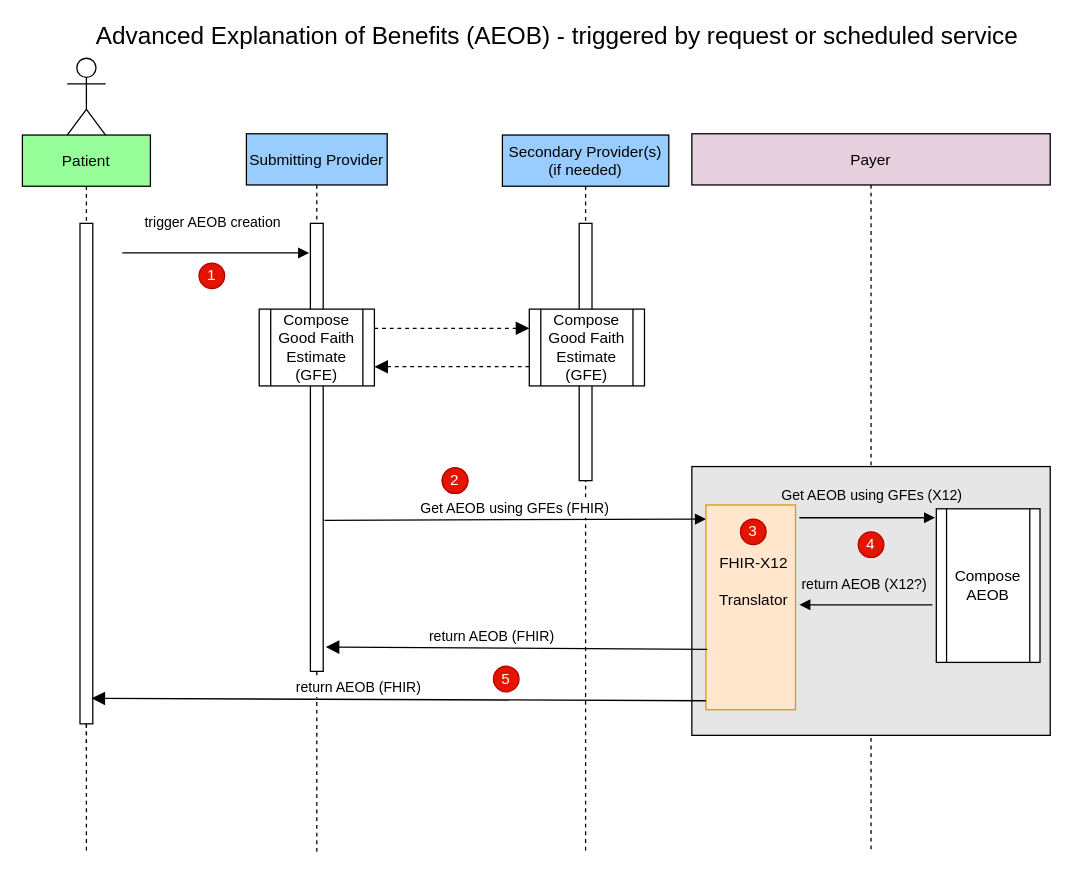
HL7/davinci-pct keeps this draw.io diagram as input/images/AEOB-interaction.drawio. Above is the earlier version. Source tidied: cells renumbered, new cells numbered last; positions are measured from the earlier drawing's top-left corner, leaving out a move shared by most shapes. Both pictures are drawn from the tidied source at 128%, with x=0, y=0 at pixel (22, 23).
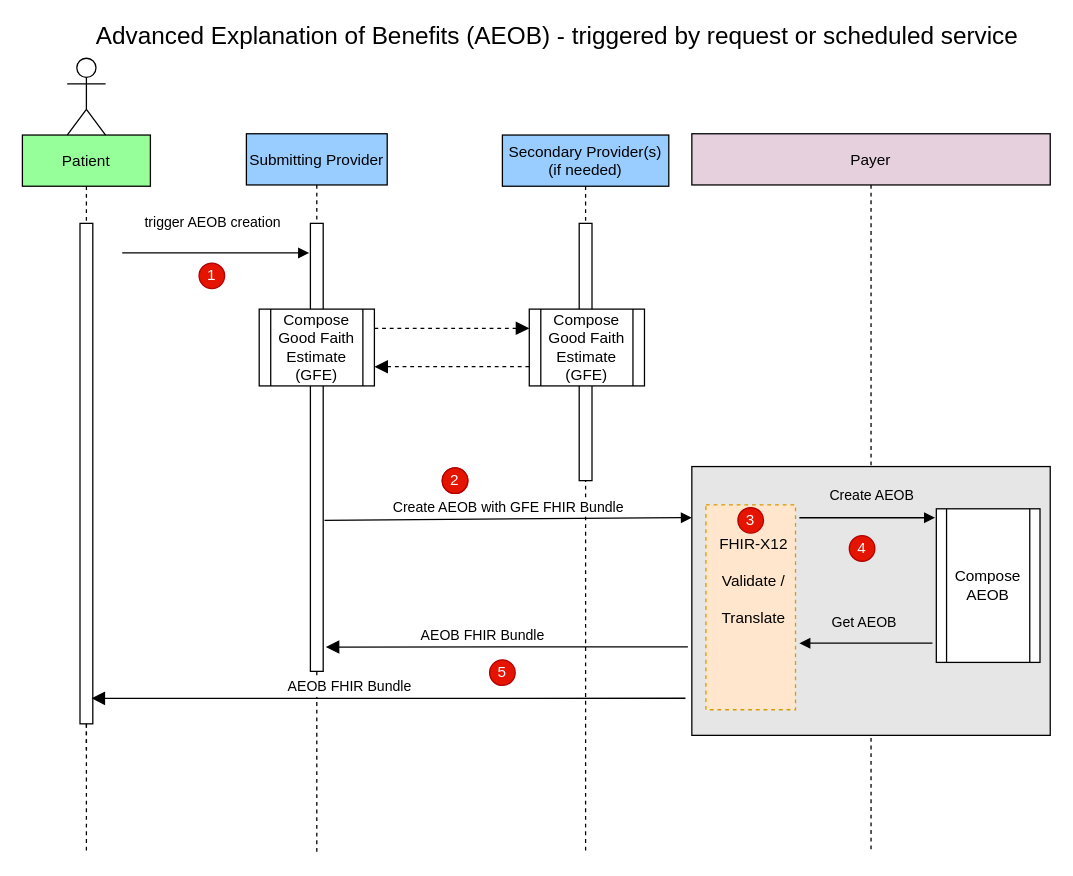
The same page after the edit.

Commit message (it also covers changes not shown here):
Clean-up drawing

Unchanged cells that the change refers to:
```xml
<mxCell id="6" value="Payer" style="shape=umlLifeline;perimeter=lifelinePerimeter;rounded=0;shadow=0;strokeWidth=1;fillColor=#E6D0DE;glass=0;sketch=0;" parent="1" vertex="1">
  <mxGeometry x="523" y="86" width="280" height="561" as="geometry" />
</mxCell>
<mxCell id="7" style="points=[];perimeter=orthogonalPerimeter;rounded=0;shadow=0;strokeWidth=1;fillColor=#E6E6E6;" parent="6" vertex="1">
  <mxGeometry y="260" width="280" height="210" as="geometry" />
</mxCell>
```

What changed in the source:
```diff
@@
+    <mxCell id="20" style="group;" parent="6" vertex="1">
+      <mxGeometry x="13" y="289" width="70" height="160" as="geometry" />
+    </mxCell>
+    <mxCell id="21" style="rounded=0;whiteSpace=wrap;html=1;fillColor=#ffe6cc;strokeColor=#d79b00;dashed=1;" parent="20" vertex="1">
+      <mxGeometry x="-2" y="1" width="70" height="160" as="geometry" />
+    </mxCell>
+    <mxCell id="22" value="&lt;font style=&quot;font-size: 12px ; font-weight: normal&quot;&gt;FHIR-X12&lt;br&gt;Validate / &lt;br&gt;Translate&lt;/font&gt;" style="text;strokeColor=none;fillColor=none;html=1;fontSize=24;fontStyle=1;verticalAlign=middle;align=center;" parent="20" vertex="1">
+      <mxGeometry y="30.3" width="70" height="53.3" as="geometry" />
+    </mxCell>
+    <mxCell id="23" value="3" style="ellipse;whiteSpace=wrap;html=1;fillColor=#e51400;strokeColor=#B20000;fontColor=#ffffff;" parent="20" vertex="1">
+      <mxGeometry x="23" y="3" width="20" height="20" as="geometry" />
+    </mxCell>
@@
-    <mxCell id="10" value="Get AEOB using GFEs (FHIR)" style="verticalAlign=bottom;endArrow=block;shadow=0;strokeWidth=1;entryX=0;entryY=0.069;entryDx=0;entryDy=0;entryPerimeter=0;" parent="1" edge="1" target="21">
+    <mxCell id="10" value="Create AEOB with GFE FHIR Bundle" style="verticalAlign=bottom;endArrow=block;shadow=0;strokeWidth=1;entryX=0;entryY=0.19;entryDx=0;entryDy=0;entryPerimeter=0;" parent="1" edge="1" target="7">
       <mxGeometry relative="1" as="geometry">
         <mxPoint x="236" y="388" as="sourcePoint" />
       </mxGeometry>
     </mxCell>
@@
-    <mxCell id="19" value="Get AEOB using GFEs (X12)" style="verticalAlign=bottom;endArrow=block;shadow=0;strokeWidth=1;labelBackgroundColor=none;entryX=0;entryY=0.058;entryDx=0;entryDy=0;entryPerimeter=0;" parent="1" edge="1">
+    <mxCell id="19" value="Create AEOB" style="verticalAlign=bottom;endArrow=block;shadow=0;strokeWidth=1;labelBackgroundColor=none;entryX=0;entryY=0.058;entryDx=0;entryDy=0;entryPerimeter=0;" parent="1" edge="1">
       <mxGeometry x="0.08" y="8" relative="1" as="geometry">
         <mxPoint x="607" y="386" as="sourcePoint" />
         <mxPoint x="713" y="386" as="targetPoint" />
       </mxGeometry>
     </mxCell>
-    <mxCell id="20" style="group;" parent="1" vertex="1">
-      <mxGeometry x="536" y="376" width="70" height="160" as="geometry" />
-    </mxCell>
-    <mxCell id="21" style="rounded=0;whiteSpace=wrap;html=1;fillColor=#ffe6cc;strokeColor=#d79b00;" parent="20" vertex="1">
-      <mxGeometry x="-2" width="70" height="160" as="geometry" />
-    </mxCell>
-    <mxCell id="22" value="&lt;font style=&quot;font-size: 12px ; font-weight: normal&quot;&gt;FHIR-X12&lt;br&gt;Translator&lt;/font&gt;" style="text;strokeColor=none;fillColor=none;html=1;fontSize=24;fontStyle=1;verticalAlign=middle;align=center;" parent="20" vertex="1">
-      <mxGeometry y="29.3" width="70" height="53.3" as="geometry" />
-    </mxCell>
-    <mxCell id="23" value="3" style="ellipse;whiteSpace=wrap;html=1;fillColor=#e51400;strokeColor=#B20000;fontColor=#ffffff;" parent="20" vertex="1">
-      <mxGeometry x="25" y="11" width="20" height="20" as="geometry" />
-    </mxCell>
-    <mxCell id="24" value="return AEOB (X12?)" style="verticalAlign=bottom;endArrow=block;shadow=0;strokeWidth=1;labelBackgroundColor=none;" parent="1" edge="1">
+    <mxCell id="24" value="Get AEOB" style="verticalAlign=bottom;endArrow=block;shadow=0;strokeWidth=1;labelBackgroundColor=none;" parent="1" edge="1">
       <mxGeometry x="0.02" y="-7" relative="1" as="geometry">
-        <mxPoint x="711" y="454" as="sourcePoint" />
-        <mxPoint x="607" y="454" as="targetPoint" />
+        <mxPoint x="711" y="484" as="sourcePoint" />
+        <mxPoint x="607" y="484" as="targetPoint" />
       </mxGeometry>
     </mxCell>
@@
-    <mxCell id="27" value="return AEOB (FHIR)" style="verticalAlign=bottom;endArrow=block;endSize=8;shadow=0;strokeWidth=1;endFill=1;entryX=0.9;entryY=0.949;entryDx=0;entryDy=0;entryPerimeter=0;exitX=0;exitY=0.956;exitDx=0;exitDy=0;exitPerimeter=0;" parent="1" edge="1" source="21">
+    <mxCell id="27" value="AEOB FHIR Bundle" style="verticalAlign=bottom;endArrow=block;endSize=8;shadow=0;strokeWidth=1;endFill=1;entryX=0.9;entryY=0.949;entryDx=0;entryDy=0;entryPerimeter=0;" parent="1" edge="1">
       <mxGeometry x="0.13" relative="1" as="geometry">
+        <mxPoint x="518" y="527" as="sourcePoint" />
         <mxPoint x="54" y="527.1" as="targetPoint" />
       </mxGeometry>
     </mxCell>
@@
     <mxCell id="31" value="4" style="ellipse;whiteSpace=wrap;html=1;fillColor=#e51400;strokeColor=#B20000;fontColor=#ffffff;" parent="1" vertex="1">
-      <mxGeometry x="653" y="397" width="20" height="20" as="geometry" />
+      <mxGeometry x="646" y="400" width="20" height="20" as="geometry" />
     </mxCell>
     <mxCell id="32" value="5" style="ellipse;whiteSpace=wrap;html=1;fillColor=#e51400;strokeColor=#B20000;fontColor=#ffffff;" parent="1" vertex="1">
-      <mxGeometry x="368" y="502" width="20" height="20" as="geometry" />
+      <mxGeometry x="365" y="497" width="20" height="20" as="geometry" />
     </mxCell>
-    <mxCell id="33" value="return AEOB (FHIR)" style="verticalAlign=bottom;endArrow=block;endSize=8;shadow=0;strokeWidth=1;endFill=1;exitX=0;exitY=0.956;exitDx=0;exitDy=0;exitPerimeter=0;" parent="1" edge="1">
+    <mxCell id="33" value="AEOB FHIR Bundle" style="verticalAlign=bottom;endArrow=block;endSize=8;shadow=0;strokeWidth=1;endFill=1;exitX=-0.011;exitY=0.671;exitDx=0;exitDy=0;exitPerimeter=0;" parent="1" edge="1" source="7">
       <mxGeometry x="0.13" relative="1" as="geometry">
-        <mxPoint x="535" y="488.9" as="sourcePoint" />
         <mxPoint x="237" y="487" as="targetPoint" />
       </mxGeometry>
     </mxCell>
```
